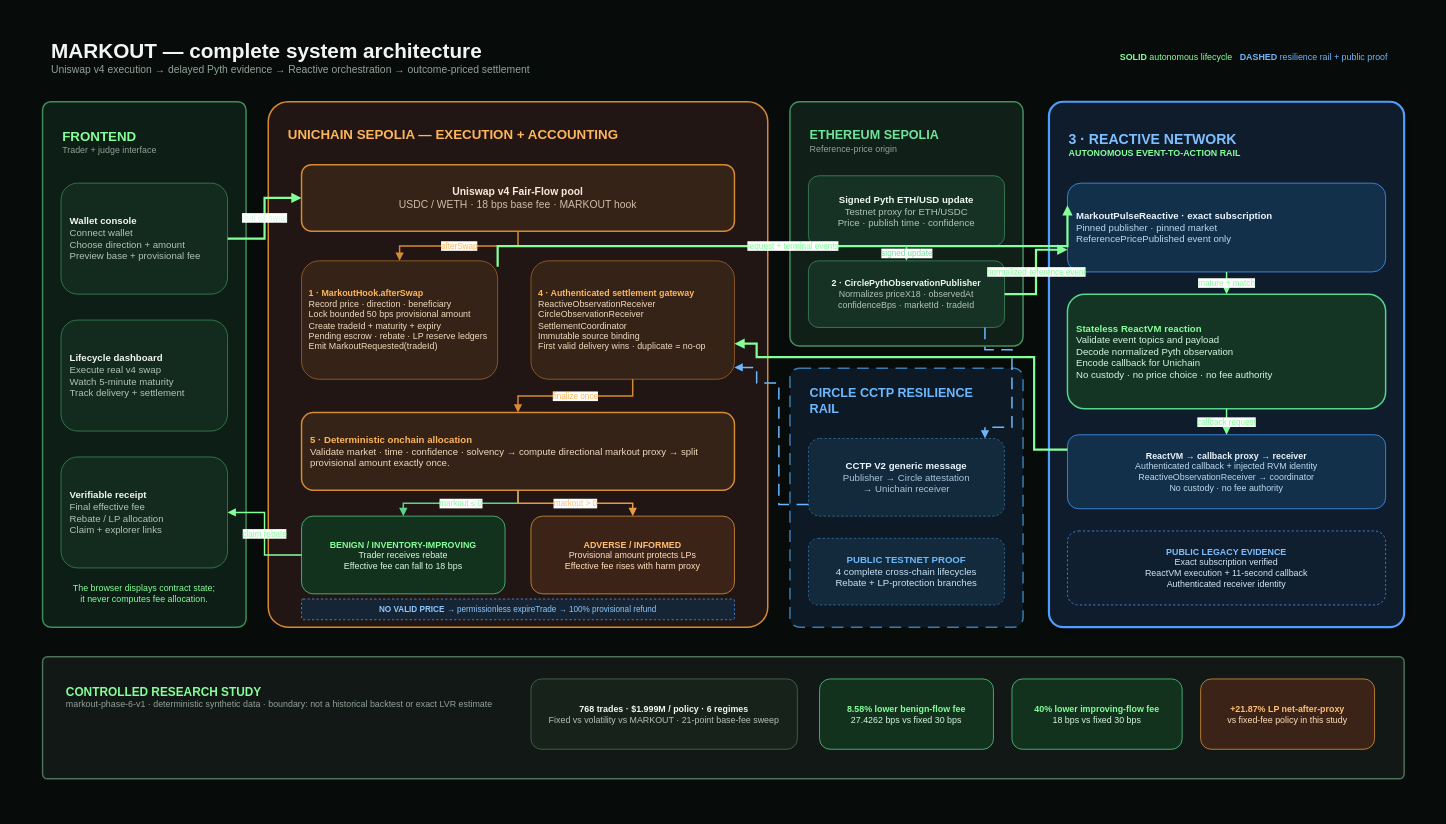
Above: page "01 Complete Architecture" (1 of 2) of docs/diagrams/MARKOUT_ARCHITECTURE.drawio in RudraBhaskar9439/markout-hook (draw.io), before the change. Source tidied: cells renumbered, new cells numbered last; positions are measured from the earlier drawing's top-left corner, leaving out a move shared by most shapes. Both pictures are drawn from the tidied source at 74%, with x=0, y=0 at pixel (13, 13).
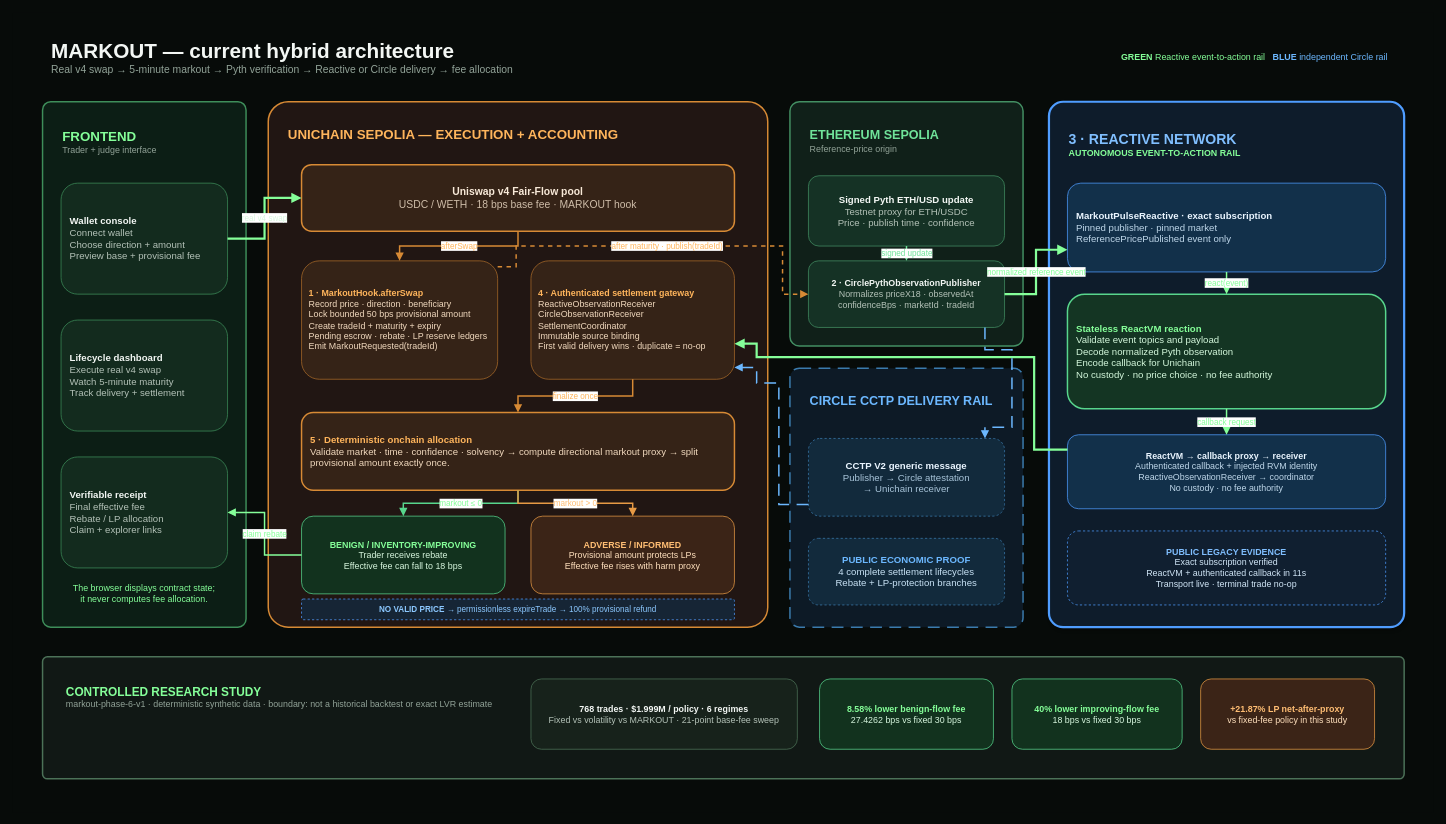
After the change.

Commit message (it also covers changes not shown here):
docs: align architecture with legacy reactive transport

Unchanged cells that the change refers to:
```xml
<mxCell id="14" value="&lt;font color=&quot;#FFB55C&quot;&gt;&lt;b&gt;1 · MarkoutHook.afterSwap&lt;/b&gt;&lt;/font&gt;&lt;br&gt;&lt;font color=&quot;#F1D9BE&quot;&gt;Record price · direction · beneficiary&lt;br&gt;Lock bounded 50 bps provisional amount&lt;br&gt;Create tradeId + maturity + expiry&lt;br&gt;Pending escrow · rebate · LP reserve ledgers&lt;br&gt;Emit MarkoutRequested(tradeId)&lt;/font&gt;" style="rounded=1;whiteSpace=wrap;html=1;fillColor=#352317;strokeColor=#A96A29;fontSize=12;spacing=10;align=left;" parent="1" vertex="1">
  <mxGeometry x="390" y="335" width="265" height="160" as="geometry" />
</mxCell>
<mxCell id="23" value="&lt;font color=&quot;#F3F7F4&quot;&gt;&lt;b&gt;2 · CirclePythObservationPublisher&lt;/b&gt;&lt;/font&gt;&lt;br&gt;&lt;font color=&quot;#B4C2B8&quot;&gt;Normalizes priceX18 · observedAt&lt;br&gt;confidenceBps · marketId · tradeId&lt;/font&gt;" style="rounded=1;whiteSpace=wrap;html=1;fillColor=#153225;strokeColor=#438F63;fontSize=12;align=center;" parent="1" vertex="1">
  <mxGeometry x="1075" y="335" width="265" height="90" as="geometry" />
</mxCell>
<mxCell id="30" value="&lt;font color=&quot;#EAF5FF&quot;&gt;&lt;b&gt;MarkoutPulseReactive · exact subscription&lt;/b&gt;&lt;/font&gt;&lt;br&gt;&lt;font color=&quot;#BFD7EA&quot;&gt;Pinned publisher · pinned market&lt;br&gt;ReferencePricePublished event only&lt;/font&gt;" style="rounded=1;whiteSpace=wrap;html=1;fillColor=#12304A;strokeColor=#4F9DFF;fontSize=13;spacing=12;align=left;" parent="1" vertex="1">
  <mxGeometry x="1425" y="230" width="430" height="120" as="geometry" />
</mxCell>
<mxCell id="31" value="&lt;font color=&quot;#85FF99&quot;&gt;&lt;b&gt;Stateless ReactVM reaction&lt;/b&gt;&lt;/font&gt;&lt;br&gt;&lt;font color=&quot;#D4F8DC&quot;&gt;Validate event topics and payload&lt;br&gt;Decode normalized Pyth observation&lt;br&gt;Encode callback for Unichain&lt;br&gt;No custody · no price choice · no fee authority&lt;/font&gt;" style="rounded=1;whiteSpace=wrap;html=1;fillColor=#143523;strokeColor=#58D68D;strokeWidth=2;fontSize=13;spacing=12;align=left;" parent="1" vertex="1">
  <mxGeometry x="1425" y="380" width="430" height="155" as="geometry" />
</mxCell>
```

What changed in the source:
```diff
@@
-    <mxCell id="3" value="&lt;font color=&quot;#F3F7F4&quot; style=&quot;font-size: 28px;&quot;&gt;&lt;b&gt;MARKOUT — complete system architecture&lt;/b&gt;&lt;/font&gt;&lt;br&gt;&lt;font color=&quot;#92A398&quot; style=&quot;font-size: 14px;&quot;&gt;Uniswap v4 execution → delayed Pyth evidence → Reactive orchestration → outcome-priced settlement&lt;/font&gt;" style="text;html=1;align=left;verticalAlign=middle;whiteSpace=wrap;rounded=0;" parent="1" vertex="1">
+    <mxCell id="3" value="&lt;font color=&quot;#F3F7F4&quot; style=&quot;font-size: 28px;&quot;&gt;&lt;b&gt;MARKOUT — current hybrid architecture&lt;/b&gt;&lt;/font&gt;&lt;br&gt;&lt;font color=&quot;#92A398&quot; style=&quot;font-size: 14px;&quot;&gt;Real v4 swap → 5-minute markout → Pyth verification → Reactive or Circle delivery → fee allocation&lt;/font&gt;" style="text;html=1;align=left;verticalAlign=middle;whiteSpace=wrap;rounded=0;" parent="1" vertex="1">
       <mxGeometry x="50" y="25" width="1000" height="70" as="geometry" />
     </mxCell>
-    <mxCell id="4" value="&lt;font color=&quot;#85FF99&quot;&gt;&lt;b&gt;SOLID&lt;/b&gt; autonomous lifecycle&lt;/font&gt;&amp;nbsp;&amp;nbsp;&amp;nbsp;&lt;font color=&quot;#6CB8FF&quot;&gt;&lt;b&gt;DASHED&lt;/b&gt; resilience rail + public proof&lt;/font&gt;" style="text;html=1;align=right;verticalAlign=middle;whiteSpace=wrap;rounded=0;" parent="1" vertex="1">
+    <mxCell id="4" value="&lt;font color=&quot;#85FF99&quot;&gt;&lt;b&gt;GREEN&lt;/b&gt; Reactive event-to-action rail&lt;/font&gt;&amp;nbsp;&amp;nbsp;&amp;nbsp;&lt;font color=&quot;#6CB8FF&quot;&gt;&lt;b&gt;BLUE&lt;/b&gt; independent Circle rail&lt;/font&gt;" style="text;html=1;align=right;verticalAlign=middle;whiteSpace=wrap;rounded=0;" parent="1" vertex="1">
       <mxGeometry x="1210" y="40" width="650" height="40" as="geometry" />
     </mxCell>
@@
-    <mxCell id="25" value="&lt;font color=&quot;#6CB8FF&quot; style=&quot;font-size: 17px;&quot;&gt;&lt;b&gt;CIRCLE CCTP RESILIENCE RAIL&lt;/b&gt;&lt;/font&gt;" style="text;html=1;align=left;verticalAlign=middle;whiteSpace=wrap;" parent="1" vertex="1">
+    <mxCell id="25" value="&lt;font color=&quot;#6CB8FF&quot; style=&quot;font-size: 17px;&quot;&gt;&lt;b&gt;CIRCLE CCTP DELIVERY RAIL&lt;/b&gt;&lt;/font&gt;" style="text;html=1;align=left;verticalAlign=middle;whiteSpace=wrap;" parent="1" vertex="1">
       <mxGeometry x="1075" y="505" width="265" height="40" as="geometry" />
     </mxCell>
@@
-    <mxCell id="27" value="&lt;font color=&quot;#6CB8FF&quot;&gt;&lt;b&gt;PUBLIC TESTNET PROOF&lt;/b&gt;&lt;/font&gt;&lt;br&gt;&lt;font color=&quot;#C8E2F5&quot;&gt;4 complete cross-chain lifecycles&lt;br&gt;Rebate + LP-protection branches&lt;/font&gt;" style="rounded=1;whiteSpace=wrap;html=1;fillColor=#122A3C;strokeColor=#3B7BAD;dashed=1;fontSize=13;align=center;" parent="1" vertex="1">
+    <mxCell id="27" value="&lt;font color=&quot;#6CB8FF&quot;&gt;&lt;b&gt;PUBLIC ECONOMIC PROOF&lt;/b&gt;&lt;/font&gt;&lt;br&gt;&lt;font color=&quot;#C8E2F5&quot;&gt;4 complete settlement lifecycles&lt;br&gt;Rebate + LP-protection branches&lt;/font&gt;" style="rounded=1;whiteSpace=wrap;html=1;fillColor=#122A3C;strokeColor=#3B7BAD;dashed=1;fontSize=13;align=center;" parent="1" vertex="1">
       <mxGeometry x="1075" y="710" width="265" height="90" as="geometry" />
     </mxCell>
@@
-    <mxCell id="33" value="&lt;font color=&quot;#80BFFF&quot;&gt;&lt;b&gt;PUBLIC LEGACY EVIDENCE&lt;/b&gt;&lt;/font&gt;&lt;br&gt;&lt;font color=&quot;#D1E6F7&quot;&gt;Exact subscription verified&lt;br&gt;ReactVM execution + 11-second callback&lt;br&gt;Authenticated receiver identity&lt;/font&gt;" style="rounded=1;whiteSpace=wrap;html=1;fillColor=#101F30;strokeColor=#4F9DFF;dashed=1;fontSize=12;align=center;" parent="1" vertex="1">
+    <mxCell id="33" value="&lt;font color=&quot;#80BFFF&quot;&gt;&lt;b&gt;PUBLIC LEGACY EVIDENCE&lt;/b&gt;&lt;/font&gt;&lt;br&gt;&lt;font color=&quot;#D1E6F7&quot;&gt;Exact subscription verified&lt;br&gt;ReactVM + authenticated callback in 11s&lt;br&gt;Transport live · terminal trade no-op&lt;/font&gt;" style="rounded=1;whiteSpace=wrap;html=1;fillColor=#101F30;strokeColor=#4F9DFF;dashed=1;fontSize=12;align=center;" parent="1" vertex="1">
       <mxGeometry x="1425" y="700" width="430" height="100" as="geometry" />
     </mxCell>
@@
-    <mxCell id="42" value="request + terminal events" style="edgeStyle=orthogonalEdgeStyle;rounded=0;html=1;strokeColor=#85FF99;strokeWidth=3;fontColor=#85FF99;endArrow=block;endFill=1;exitX=1;exitY=0.05;entryX=0;entryY=0.25;" parent="1" edge="1" source="14" target="30">
+    <mxCell id="42" value="after maturity · publish(tradeId)" style="edgeStyle=orthogonalEdgeStyle;rounded=0;html=1;strokeColor=#D78A35;strokeWidth=2;dashed=1;fontColor=#FFB55C;endArrow=block;endFill=1;exitX=1;exitY=0.05;entryX=0;entryY=0.5;" parent="1" edge="1" source="14" target="23">
       <mxGeometry relative="1" as="geometry">
         <Array as="points">
           <mxPoint x="680" y="315" />
-          <mxPoint x="1385" y="315" />
+          <mxPoint x="1040" y="315" />
+          <mxPoint x="1040" y="380" />
         </Array>
       </mxGeometry>
     </mxCell>
@@
-    <mxCell id="45" value="mature + match" style="edgeStyle=orthogonalEdgeStyle;rounded=0;html=1;strokeColor=#85FF99;strokeWidth=2;fontColor=#85FF99;endArrow=block;endFill=1;" parent="1" edge="1" source="30" target="31">
+    <mxCell id="45" value="react(event)" style="edgeStyle=orthogonalEdgeStyle;rounded=0;html=1;strokeColor=#85FF99;strokeWidth=2;fontColor=#85FF99;endArrow=block;endFill=1;" parent="1" edge="1" source="30" target="31">
       <mxGeometry relative="1" as="geometry" />
     </mxCell>
```
